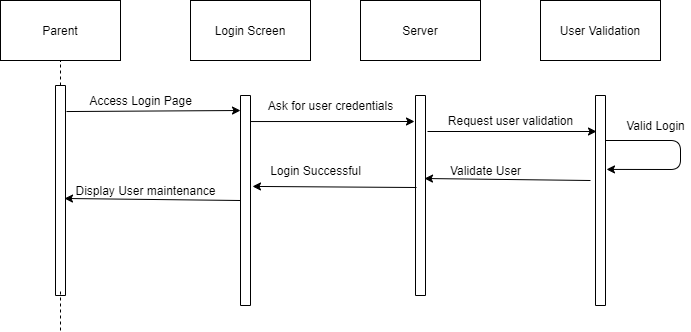
Earlier version of the draw.io export Deliverables/Week_3/Use_Case/Parent/Sequence Diagrams/Sign-in.png (Hanandrof/Group-3-Repository). Source tidied: cells renumbered, new cells last; positions are measured from the earlier drawing's top-left corner, leaving out a move shared by most shapes.
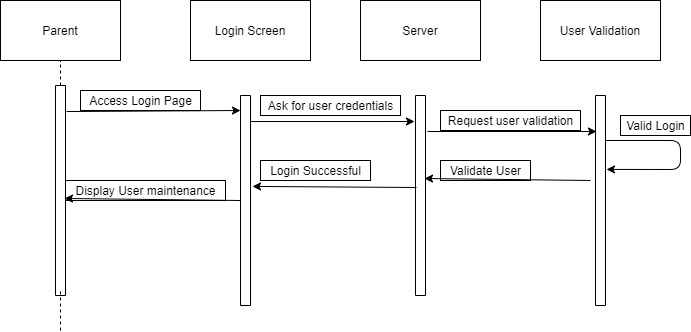
Later version of the same file.

Diff of the diagram source:
```diff
@@ -1,4 +1,4 @@
-<mxGraphModel background="#ffffff">
+<mxGraphModel background="#FFFFFF">
   <root>
     <mxCell id="0" />
     <mxCell id="1" parent="0" />
@@ -40,25 +40,25 @@
         <mxPoint x="240" y="110" as="targetPoint" />
       </mxGeometry>
     </mxCell>
-    <mxCell id="13" value="Access Login Page" style="text;html=1;align=center;verticalAlign=middle;" parent="1" vertex="1">
+    <mxCell id="13" value="Access Login Page" style="text;html=1;align=center;verticalAlign=middle;strokeColor=#000000;" parent="1" vertex="1">
       <mxGeometry x="80" y="90" width="120" height="20" as="geometry" />
     </mxCell>
-    <mxCell id="14" style="endArrow=classic;html=1;strokeColor=#000000;exitX=0.124;exitY=0;exitDx=0;exitDy=0;exitPerimeter=0;entryX=0.13;entryY=1.1;entryDx=0;entryDy=0;entryPerimeter=0;" parent="1" edge="1" source="7" target="8">
+    <mxCell id="14" style="endArrow=classic;html=1;exitX=0.124;exitY=0;exitDx=0;exitDy=0;exitPerimeter=0;entryX=0.13;entryY=1.1;entryDx=0;entryDy=0;entryPerimeter=0;" parent="1" edge="1" source="7" target="8">
       <mxGeometry relative="1" as="geometry" />
     </mxCell>
-    <mxCell id="15" value="Ask for user credentials" style="text;html=1;align=center;verticalAlign=middle;" parent="1" vertex="1">
+    <mxCell id="15" value="Ask for user credentials" style="text;html=1;align=center;verticalAlign=middle;strokeColor=#000000;" parent="1" vertex="1">
       <mxGeometry x="260" y="95" width="140" height="20" as="geometry" />
     </mxCell>
-    <mxCell id="16" style="endArrow=classic;html=1;strokeColor=#000000;" parent="1" edge="1">
+    <mxCell id="16" style="endArrow=classic;html=1;" parent="1" edge="1">
       <mxGeometry relative="1" as="geometry">
         <mxPoint x="427" y="131" as="sourcePoint" />
         <mxPoint x="596" y="131" as="targetPoint" />
       </mxGeometry>
     </mxCell>
-    <mxCell id="17" value="Request user validation" style="text;html=1;align=center;verticalAlign=middle;" parent="1" vertex="1">
+    <mxCell id="17" value="Request user validation" style="text;html=1;align=center;verticalAlign=middle;strokeColor=#000000;" parent="1" vertex="1">
       <mxGeometry x="440" y="110" width="140" height="20" as="geometry" />
     </mxCell>
-    <mxCell id="18" style="endArrow=classic;html=1;strokeColor=#000000;entryX=0.352;entryY=-0.1;entryDx=0;entryDy=0;entryPerimeter=0;" parent="1" edge="1" target="9">
+    <mxCell id="18" style="endArrow=classic;html=1;entryX=0.352;entryY=-0.1;entryDx=0;entryDy=0;entryPerimeter=0;" parent="1" edge="1" target="9">
       <mxGeometry relative="1" as="geometry">
         <mxPoint x="605" y="140" as="sourcePoint" />
         <Array as="points">
@@ -67,27 +67,27 @@
         </Array>
       </mxGeometry>
     </mxCell>
-    <mxCell id="19" value="Valid Login" style="text;html=1;align=center;verticalAlign=middle;" parent="1" vertex="1">
+    <mxCell id="19" value="Valid Login" style="text;html=1;align=center;verticalAlign=middle;strokeColor=#000000;" parent="1" vertex="1">
       <mxGeometry x="620" y="115" width="70" height="20" as="geometry" />
     </mxCell>
-    <mxCell id="20" style="endArrow=classic;html=1;strokeColor=#000000;entryX=0.415;entryY=0.1;entryDx=0;entryDy=0;entryPerimeter=0;" parent="1" edge="1" target="8">
+    <mxCell id="20" style="endArrow=classic;html=1;entryX=0.415;entryY=0.1;entryDx=0;entryDy=0;entryPerimeter=0;" parent="1" edge="1" target="8">
       <mxGeometry relative="1" as="geometry">
         <mxPoint x="590" y="180" as="sourcePoint" />
       </mxGeometry>
     </mxCell>
-    <mxCell id="21" style="endArrow=classic;html=1;strokeColor=#000000;exitX=0.46;exitY=0.9;exitDx=0;exitDy=0;exitPerimeter=0;entryX=0.433;entryY=-0.2;entryDx=0;entryDy=0;entryPerimeter=0;" parent="1" edge="1" source="8" target="7">
+    <mxCell id="21" style="endArrow=classic;html=1;exitX=0.46;exitY=0.9;exitDx=0;exitDy=0;exitPerimeter=0;entryX=0.433;entryY=-0.2;entryDx=0;entryDy=0;entryPerimeter=0;" parent="1" edge="1" source="8" target="7">
       <mxGeometry relative="1" as="geometry" />
     </mxCell>
-    <mxCell id="22" style="endArrow=classic;html=1;strokeColor=#000000;exitX=0.5;exitY=1;exitDx=0;exitDy=0;entryX=0.538;entryY=0.1;entryDx=0;entryDy=0;entryPerimeter=0;" parent="1" edge="1" source="7" target="6">
+    <mxCell id="22" style="endArrow=classic;html=1;exitX=0.5;exitY=1;exitDx=0;exitDy=0;entryX=0.538;entryY=0.1;entryDx=0;entryDy=0;entryPerimeter=0;" parent="1" edge="1" source="7" target="6">
       <mxGeometry relative="1" as="geometry" />
     </mxCell>
-    <mxCell id="23" value="Login Successful" style="text;html=1;align=center;verticalAlign=middle;" parent="1" vertex="1">
+    <mxCell id="23" value="Login Successful" style="text;html=1;align=center;verticalAlign=middle;strokeColor=#000000;" parent="1" vertex="1">
       <mxGeometry x="260" y="160" width="110" height="20" as="geometry" />
     </mxCell>
-    <mxCell id="24" value="Validate User" style="text;html=1;align=center;verticalAlign=middle;" parent="1" vertex="1">
+    <mxCell id="24" value="Validate User" style="text;html=1;align=center;verticalAlign=middle;strokeColor=#000000;" parent="1" vertex="1">
       <mxGeometry x="440" y="160" width="90" height="20" as="geometry" />
     </mxCell>
-    <mxCell id="25" value="Display User maintenance" style="text;html=1;align=center;verticalAlign=middle;" parent="1" vertex="1">
+    <mxCell id="25" value="Display User maintenance" style="text;html=1;align=center;verticalAlign=middle;strokeColor=#000000;" parent="1" vertex="1">
       <mxGeometry x="65" y="180" width="160" height="20" as="geometry" />
     </mxCell>
   </root>
```
